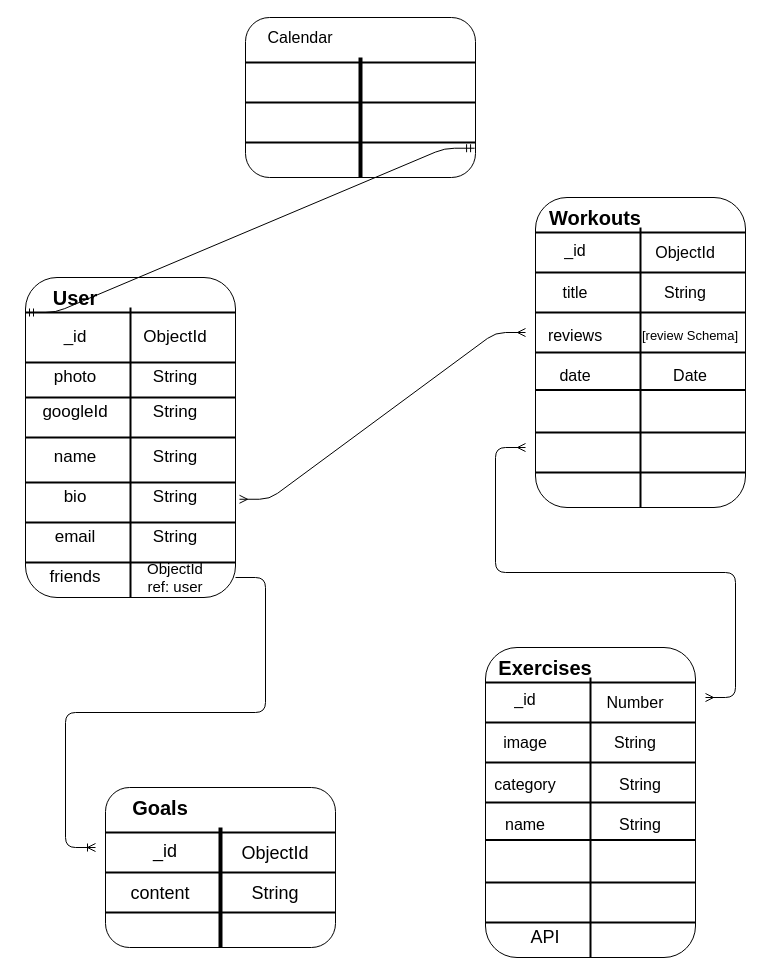
This is ERD-2.drawio from 23carnies/ColmarAcademy, a draw.io file, before an edit. Source tidied: cells renumbered, new cells numbered last; positions are measured from the earlier drawing's top-left corner, leaving out a move shared by most shapes. Both pictures are drawn from the tidied source at 100%, with x=0, y=0 at pixel (25, 17).
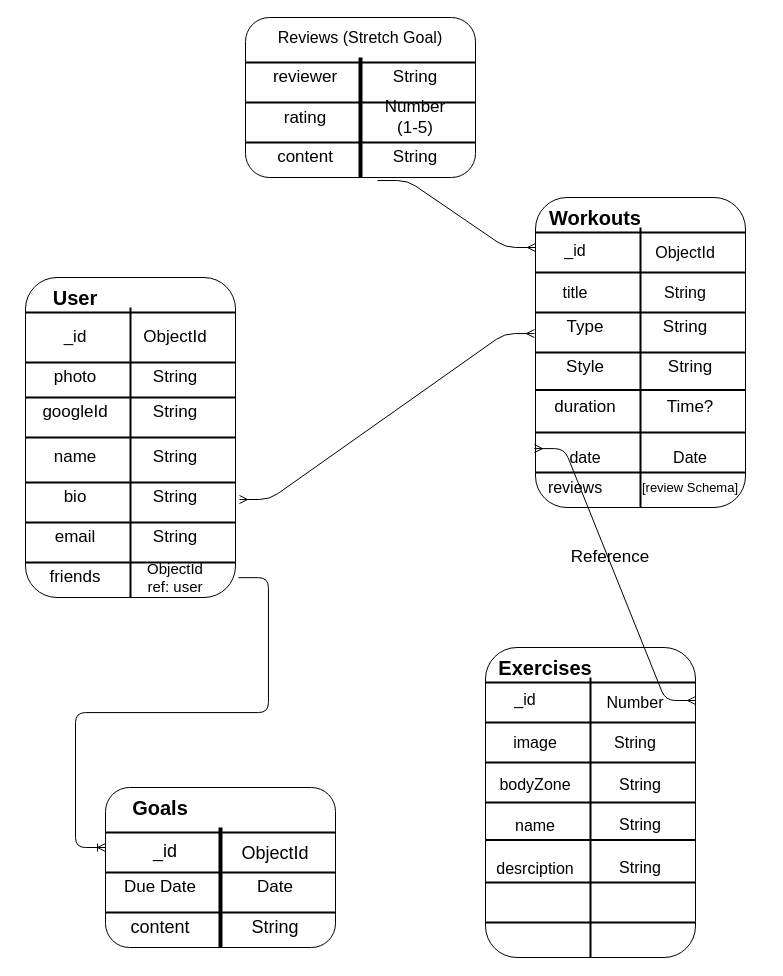
The same page after the edit.

The change refers to these unchanged cells:
```xml
<mxCell id="3" style="rounded=1;whiteSpace=wrap;html=1;" parent="2" vertex="1">
  <mxGeometry width="210" height="320" as="geometry" />
</mxCell>
<mxCell id="26" style="line;strokeWidth=2;html=1;fontSize=16;" parent="2" vertex="1">
  <mxGeometry y="30" width="210" height="10" as="geometry" />
</mxCell>
<mxCell id="27" style="group;" parent="1" vertex="1">
  <mxGeometry x="220" width="230" height="160" as="geometry" />
</mxCell>
<mxCell id="28" style="rounded=1;whiteSpace=wrap;html=1;" parent="27" vertex="1">
  <mxGeometry width="230" height="160" as="geometry" />
</mxCell>
<mxCell id="34" style="group;" parent="1" vertex="1">
  <mxGeometry x="510" y="180" width="230" height="310" as="geometry" />
</mxCell>
<mxCell id="35" style="rounded=1;whiteSpace=wrap;html=1;" parent="34" vertex="1">
  <mxGeometry width="210" height="310" as="geometry" />
</mxCell>
<mxCell id="53" style="group;" parent="1" vertex="1">
  <mxGeometry x="460" y="630" width="210" height="310" as="geometry" />
</mxCell>
<mxCell id="54" style="rounded=1;whiteSpace=wrap;html=1;" parent="53" vertex="1">
  <mxGeometry width="210" height="310" as="geometry" />
</mxCell>
<mxCell id="73" style="group;" parent="1" vertex="1">
  <mxGeometry x="80" y="770" width="230" height="160" as="geometry" />
</mxCell>
```

Diff of the diagram source:
```diff
@@
-    <mxCell id="30" value="Calendar" style="text;html=1;strokeColor=none;fillColor=none;align=center;verticalAlign=middle;whiteSpace=wrap;rounded=0;fontSize=16;" parent="27" vertex="1">
-      <mxGeometry x="20" y="10" width="70" height="20" as="geometry" />
+    <mxCell id="30" value="Reviews (Stretch Goal)" style="text;html=1;strokeColor=none;fillColor=none;align=center;verticalAlign=middle;whiteSpace=wrap;rounded=0;fontSize=16;" parent="27" vertex="1">
+      <mxGeometry x="20" y="10" width="190" height="20" as="geometry" />
     </mxCell>
@@
+    <mxCell id="88" value="reviewer" style="text;html=1;strokeColor=none;fillColor=none;align=center;verticalAlign=middle;whiteSpace=wrap;rounded=0;fontSize=17;" parent="27" vertex="1">
+      <mxGeometry x="40" y="50" width="40" height="20" as="geometry" />
+    </mxCell>
+    <mxCell id="89" value="String" style="text;html=1;strokeColor=none;fillColor=none;align=center;verticalAlign=middle;whiteSpace=wrap;rounded=0;fontSize=17;" parent="27" vertex="1">
+      <mxGeometry x="150" y="50" width="40" height="20" as="geometry" />
+    </mxCell>
+    <mxCell id="90" value="rating" style="text;html=1;strokeColor=none;fillColor=none;align=center;verticalAlign=middle;whiteSpace=wrap;rounded=0;fontSize=17;" parent="27" vertex="1">
+      <mxGeometry x="40" y="100" width="40" as="geometry" />
+    </mxCell>
+    <mxCell id="91" value="Number (1-5)" style="text;html=1;strokeColor=none;fillColor=none;align=center;verticalAlign=middle;whiteSpace=wrap;rounded=0;fontSize=17;" parent="27" vertex="1">
+      <mxGeometry x="150" y="90" width="40" height="20" as="geometry" />
+    </mxCell>
+    <mxCell id="92" value="content" style="text;html=1;strokeColor=none;fillColor=none;align=center;verticalAlign=middle;whiteSpace=wrap;rounded=0;fontSize=17;" parent="27" vertex="1">
+      <mxGeometry x="40" y="130" width="40" height="20" as="geometry" />
+    </mxCell>
+    <mxCell id="93" value="String" style="text;html=1;strokeColor=none;fillColor=none;align=center;verticalAlign=middle;whiteSpace=wrap;rounded=0;fontSize=17;" parent="27" vertex="1">
+      <mxGeometry x="150" y="130" width="40" height="20" as="geometry" />
+    </mxCell>
@@
     <mxCell id="40" value="reviews" style="text;html=1;strokeColor=none;fillColor=none;align=center;verticalAlign=middle;whiteSpace=wrap;rounded=0;fontSize=16;" parent="34" vertex="1">
-      <mxGeometry x="20" y="127.5" width="40" height="20" as="geometry" />
+      <mxGeometry x="20" y="280" width="40" height="20" as="geometry" />
     </mxCell>
     <mxCell id="41" value="date" style="text;html=1;strokeColor=none;fillColor=none;align=center;verticalAlign=middle;whiteSpace=wrap;rounded=0;fontSize=16;" parent="34" vertex="1">
-      <mxGeometry x="20" y="167.5" width="40" height="20" as="geometry" />
+      <mxGeometry x="30" y="250" width="40" height="20" as="geometry" />
     </mxCell>
@@
     <mxCell id="44" value="&lt;font style=&quot;font-size: 13px;&quot;&gt;[review Schema]&lt;/font&gt;" style="text;html=1;strokeColor=none;fillColor=none;align=center;verticalAlign=middle;whiteSpace=wrap;rounded=0;fontSize=13;" parent="34" vertex="1">
-      <mxGeometry x="80" y="127.5" width="150" height="20" as="geometry" />
+      <mxGeometry x="80" y="280" width="150" height="20" as="geometry" />
     </mxCell>
     <mxCell id="45" value="Date" style="text;html=1;strokeColor=none;fillColor=none;align=center;verticalAlign=middle;whiteSpace=wrap;rounded=0;fontSize=16;" parent="34" vertex="1">
-      <mxGeometry x="135" y="167.5" width="40" height="20" as="geometry" />
+      <mxGeometry x="135" y="250" width="40" height="20" as="geometry" />
     </mxCell>
@@
+    <mxCell id="94" value="Type" style="text;html=1;strokeColor=none;fillColor=none;align=center;verticalAlign=middle;whiteSpace=wrap;rounded=0;fontSize=17;" parent="34" vertex="1">
+      <mxGeometry x="30" y="120" width="40" height="20" as="geometry" />
+    </mxCell>
+    <mxCell id="95" value="String" style="text;html=1;strokeColor=none;fillColor=none;align=center;verticalAlign=middle;whiteSpace=wrap;rounded=0;fontSize=17;" parent="34" vertex="1">
+      <mxGeometry x="130" y="120" width="40" height="20" as="geometry" />
+    </mxCell>
+    <mxCell id="96" value="Style" style="text;html=1;strokeColor=none;fillColor=none;align=center;verticalAlign=middle;whiteSpace=wrap;rounded=0;fontSize=17;" parent="34" vertex="1">
+      <mxGeometry x="30" y="160" width="40" height="20" as="geometry" />
+    </mxCell>
+    <mxCell id="97" value="String" style="text;html=1;strokeColor=none;fillColor=none;align=center;verticalAlign=middle;whiteSpace=wrap;rounded=0;fontSize=17;" parent="34" vertex="1">
+      <mxGeometry x="135" y="160" width="40" height="20" as="geometry" />
+    </mxCell>
+    <mxCell id="98" value="duration" style="text;html=1;strokeColor=none;fillColor=none;align=center;verticalAlign=middle;whiteSpace=wrap;rounded=0;fontSize=17;" parent="34" vertex="1">
+      <mxGeometry x="30" y="200" width="40" height="20" as="geometry" />
+    </mxCell>
+    <mxCell id="99" value="Time?" style="text;html=1;strokeColor=none;fillColor=none;align=center;verticalAlign=middle;whiteSpace=wrap;rounded=0;fontSize=17;" parent="34" vertex="1">
+      <mxGeometry x="135" y="200" width="40" height="20" as="geometry" />
+    </mxCell>
@@
     <mxCell id="58" value="image" style="text;html=1;strokeColor=none;fillColor=none;align=center;verticalAlign=middle;whiteSpace=wrap;rounded=0;fontSize=16;" parent="53" vertex="1">
-      <mxGeometry x="20" y="85" width="40" height="19" as="geometry" />
+      <mxGeometry x="30" y="85" width="40" height="19" as="geometry" />
     </mxCell>
-    <mxCell id="59" value="category" style="text;html=1;strokeColor=none;fillColor=none;align=center;verticalAlign=middle;whiteSpace=wrap;rounded=0;fontSize=16;" parent="53" vertex="1">
-      <mxGeometry x="20" y="127.5" width="40" height="19" as="geometry" />
+    <mxCell id="59" value="bodyZone" style="text;html=1;strokeColor=none;fillColor=none;align=center;verticalAlign=middle;whiteSpace=wrap;rounded=0;fontSize=16;" parent="53" vertex="1">
+      <mxGeometry x="30" y="127.5" width="40" height="19" as="geometry" />
     </mxCell>
     <mxCell id="60" value="name" style="text;html=1;strokeColor=none;fillColor=none;align=center;verticalAlign=middle;whiteSpace=wrap;rounded=0;fontSize=16;" parent="53" vertex="1">
-      <mxGeometry x="20" y="167.5" width="40" height="19" as="geometry" />
+      <mxGeometry x="30" y="168.5" width="40" height="19" as="geometry" />
     </mxCell>
@@
-    <mxCell id="72" value="API" style="text;html=1;strokeColor=none;fillColor=none;align=center;verticalAlign=middle;whiteSpace=wrap;rounded=0;fontSize=18;" parent="53" vertex="1">
-      <mxGeometry x="40" y="280" width="40" height="20" as="geometry" />
-    </mxCell>
+    <mxCell id="100" value="desrciption" style="text;html=1;strokeColor=none;fillColor=none;align=center;verticalAlign=middle;whiteSpace=wrap;rounded=0;fontSize=16;" parent="53" vertex="1">
+      <mxGeometry x="30" y="211" width="40" height="19" as="geometry" />
+    </mxCell>
+    <mxCell id="101" value="String" style="text;html=1;strokeColor=none;fillColor=none;align=center;verticalAlign=middle;whiteSpace=wrap;rounded=0;fontSize=16;" parent="53" vertex="1">
+      <mxGeometry x="135" y="210" width="40" height="19" as="geometry" />
+    </mxCell>
@@
     <mxCell id="81" value="content" style="text;html=1;strokeColor=none;fillColor=none;align=center;verticalAlign=middle;whiteSpace=wrap;rounded=0;fontSize=18;" parent="73" vertex="1">
-      <mxGeometry x="35" y="96.8" width="40" height="19" as="geometry" />
+      <mxGeometry x="35" y="130" width="40" height="19" as="geometry" />
     </mxCell>
@@
     <mxCell id="83" value="String" style="text;html=1;strokeColor=none;fillColor=none;align=center;verticalAlign=middle;whiteSpace=wrap;rounded=0;fontSize=18;" parent="73" vertex="1">
-      <mxGeometry x="150" y="96.8" width="40" height="19" as="geometry" />
+      <mxGeometry x="150" y="130" width="40" height="19" as="geometry" />
     </mxCell>
+    <mxCell id="102" value="Due Date" style="text;html=1;strokeColor=none;fillColor=none;align=center;verticalAlign=middle;whiteSpace=wrap;rounded=0;fontSize=17;" parent="73" vertex="1">
+      <mxGeometry x="10" y="90" width="90" height="20" as="geometry" />
+    </mxCell>
+    <mxCell id="103" value="Date" style="text;html=1;strokeColor=none;fillColor=none;align=center;verticalAlign=middle;whiteSpace=wrap;rounded=0;fontSize=17;" parent="73" vertex="1">
+      <mxGeometry x="150" y="90" width="40" height="20" as="geometry" />
+    </mxCell>
-    <mxCell id="84" style="edgeStyle=entityRelationEdgeStyle;fontSize=12;html=1;endArrow=ERmany;startArrow=ERmany;exitX=1.019;exitY=0.693;exitDx=0;exitDy=0;exitPerimeter=0;" parent="1" edge="1" source="3">
+    <mxCell id="84" style="edgeStyle=entityRelationEdgeStyle;fontSize=12;html=1;endArrow=ERmany;startArrow=ERmany;entryX=-0.005;entryY=0.439;entryDx=0;entryDy=0;entryPerimeter=0;" parent="1" edge="1" target="35">
       <mxGeometry relative="1" as="geometry">
-        <mxPoint x="500" y="315" as="targetPoint" />
+        <mxPoint x="214" y="482" as="sourcePoint" />
       </mxGeometry>
     </mxCell>
-    <mxCell id="85" style="edgeStyle=entityRelationEdgeStyle;fontSize=12;html=1;endArrow=ERmany;startArrow=ERmany;" parent="1" edge="1">
-      <mxGeometry relative="1" as="geometry">
-        <mxPoint x="680" y="680" as="sourcePoint" />
-        <mxPoint x="500" y="430" as="targetPoint" />
-      </mxGeometry>
+    <mxCell id="85" style="edgeStyle=entityRelationEdgeStyle;fontSize=12;html=1;endArrow=ERmany;startArrow=ERmany;entryX=-0.005;entryY=0.81;entryDx=0;entryDy=0;entryPerimeter=0;exitX=1;exitY=0.171;exitDx=0;exitDy=0;exitPerimeter=0;" parent="1" edge="1" source="54" target="35">
+      <mxGeometry relative="1" as="geometry" />
     </mxCell>
-    <mxCell id="86" style="edgeStyle=entityRelationEdgeStyle;fontSize=12;html=1;endArrow=ERoneToMany;" parent="1" edge="1">
+    <mxCell id="86" style="edgeStyle=entityRelationEdgeStyle;fontSize=12;html=1;endArrow=ERoneToMany;exitX=1.014;exitY=0.938;exitDx=0;exitDy=0;exitPerimeter=0;" parent="1" edge="1" source="3">
       <mxGeometry relative="1" as="geometry">
-        <mxPoint x="210" y="560" as="sourcePoint" />
-        <mxPoint x="70" y="830" as="targetPoint" />
+        <mxPoint x="80" y="830" as="targetPoint" />
       </mxGeometry>
     </mxCell>
-    <mxCell id="87" style="edgeStyle=entityRelationEdgeStyle;fontSize=12;html=1;endArrow=ERmandOne;startArrow=ERmandOne;exitX=0.996;exitY=0.817;exitDx=0;exitDy=0;exitPerimeter=0;entryX=0;entryY=0.5;entryDx=0;entryDy=0;entryPerimeter=0;" parent="1" edge="1" source="28" target="26">
-      <mxGeometry relative="1" as="geometry" />
-    </mxCell>
+    <mxCell id="104" value="Reference" style="text;html=1;strokeColor=none;fillColor=none;align=center;verticalAlign=middle;whiteSpace=wrap;rounded=0;fontSize=17;" parent="1" vertex="1">
+      <mxGeometry x="530" y="530" width="110" height="20" as="geometry" />
+    </mxCell>
+    <mxCell id="105" style="edgeStyle=entityRelationEdgeStyle;fontSize=12;html=1;endArrow=ERmany;exitX=0.574;exitY=1.019;exitDx=0;exitDy=0;exitPerimeter=0;" parent="1" edge="1" source="28">
+      <mxGeometry relative="1" as="geometry">
+        <mxPoint x="510" y="230" as="targetPoint" />
+      </mxGeometry>
+    </mxCell>
```
